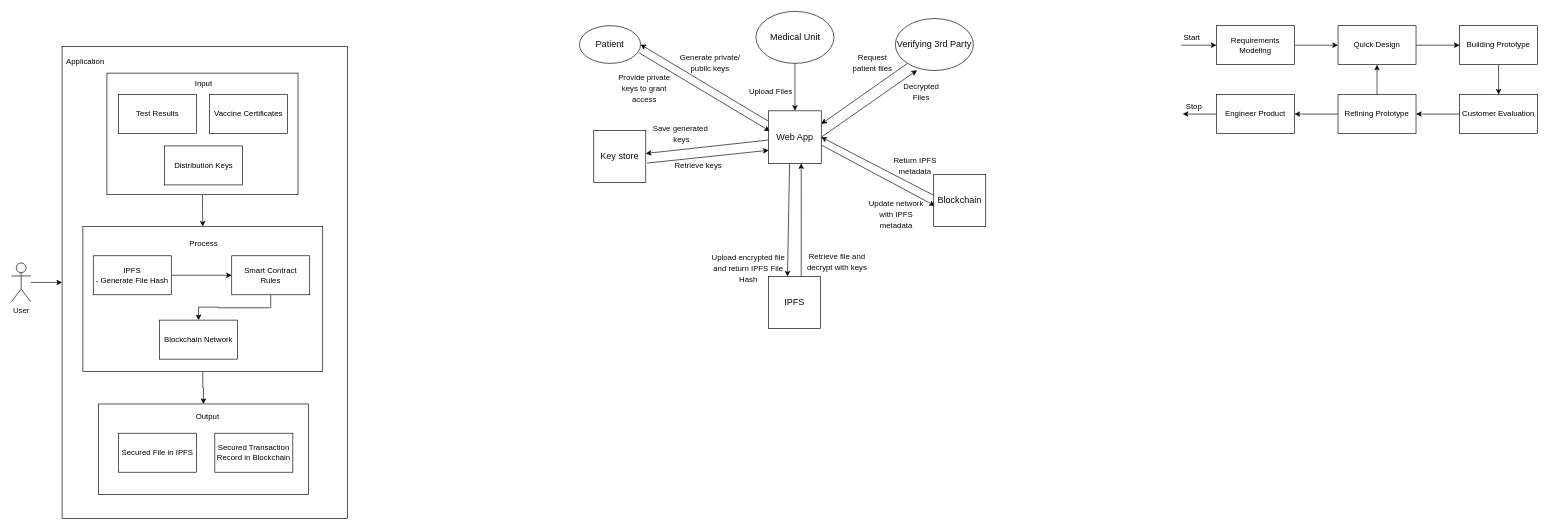
Above: jeng/diagrams/conceptual framework.drawio in jengfad/capstone (draw.io), before the change. Source tidied: cells renumbered, new cells numbered last; positions are measured from the earlier drawing's top-left corner, leaving out a move shared by most shapes. Both pictures are drawn from the tidied source at 65%, with x=0, y=0 at pixel (11, 11).
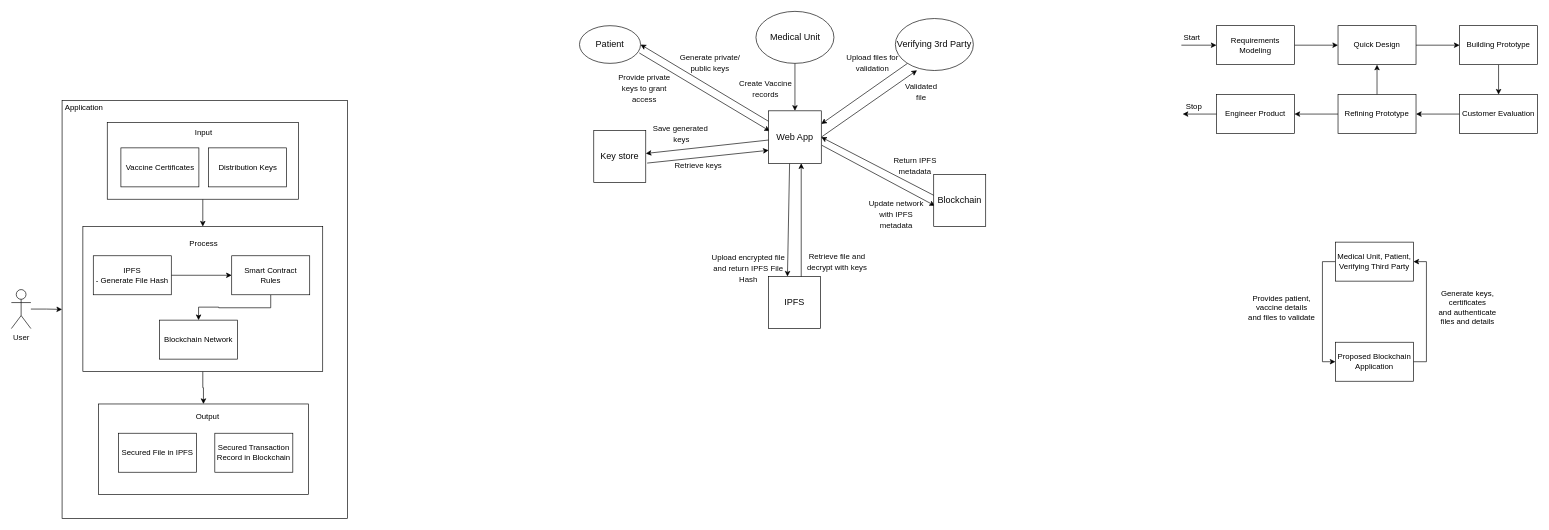
Above is the later version.

The edit, as a diff of the source:
```diff
@@
     <mxCell id="2" style="rounded=0;whiteSpace=wrap;html=1;" parent="1" vertex="1">
-      <mxGeometry x="78" y="54" width="439" height="726" as="geometry" />
+      <mxGeometry x="78" y="137" width="439" height="643" as="geometry" />
     </mxCell>
@@
     <mxCell id="5" style="rounded=0;whiteSpace=wrap;html=1;" parent="1" vertex="1">
-      <mxGeometry x="147" y="95" width="294" height="187" as="geometry" />
+      <mxGeometry x="147.5" y="171" width="294" height="118" as="geometry" />
     </mxCell>
     <mxCell id="6" value="Input" style="text;html=1;strokeColor=none;fillColor=none;align=center;verticalAlign=middle;whiteSpace=wrap;rounded=0;" parent="1" vertex="1">
-      <mxGeometry x="275.5" y="101" width="40" height="20" as="geometry" />
+      <mxGeometry x="276" y="177" width="40" height="20" as="geometry" />
     </mxCell>
-    <mxCell id="7" value="Test Results" style="rounded=0;whiteSpace=wrap;html=1;" parent="1" vertex="1">
-      <mxGeometry x="165" y="128" width="120" height="60" as="geometry" />
-    </mxCell>
     <mxCell id="8" value="Vaccine Certificates" style="rounded=0;whiteSpace=wrap;html=1;" parent="1" vertex="1">
-      <mxGeometry x="305" y="128" width="120" height="60" as="geometry" />
+      <mxGeometry x="168.5" y="210" width="120" height="60" as="geometry" />
     </mxCell>
@@
     <mxCell id="16" value="Distribution Keys" style="rounded=0;whiteSpace=wrap;html=1;" parent="1" vertex="1">
-      <mxGeometry x="235.5" y="207" width="120" height="60" as="geometry" />
+      <mxGeometry x="303.5" y="210" width="120" height="60" as="geometry" />
     </mxCell>
@@
     <mxCell id="21" value="Application" style="text;html=1;strokeColor=none;fillColor=none;align=center;verticalAlign=middle;whiteSpace=wrap;rounded=0;" parent="1" vertex="1">
-      <mxGeometry x="94" y="68" width="40" height="20" as="geometry" />
+      <mxGeometry x="92" y="138" width="40" height="20" as="geometry" />
     </mxCell>
@@
     <mxCell id="23" value="&lt;font color=&quot;#0a0a0a&quot;&gt;User&lt;/font&gt;" style="shape=umlActor;verticalLabelPosition=bottom;verticalAlign=top;html=1;fontColor=#FFFFFF;" parent="1" vertex="1">
-      <mxGeometry y="387" width="30" height="60" as="geometry" />
+      <mxGeometry y="428" width="30" height="60" as="geometry" />
     </mxCell>
@@
-    <mxCell id="42" value="&lt;font style=&quot;font-size: 12px&quot;&gt;Upload Files&lt;/font&gt;" style="text;html=1;strokeColor=none;fillColor=none;align=center;verticalAlign=middle;whiteSpace=wrap;rounded=0;fontSize=14;fontColor=#0A0A0A;" parent="1" vertex="1">
-      <mxGeometry x="1120" y="99.5" width="97" height="47" as="geometry" />
+    <mxCell id="42" value="&lt;font style=&quot;font-size: 12px&quot;&gt;Create Vaccine records&lt;/font&gt;" style="text;html=1;strokeColor=none;fillColor=none;align=center;verticalAlign=middle;whiteSpace=wrap;rounded=0;fontSize=14;fontColor=#0A0A0A;" parent="1" vertex="1">
+      <mxGeometry x="1112" y="94" width="97" height="47" as="geometry" />
     </mxCell>
@@
-    <mxCell id="47" value="&lt;font style=&quot;font-size: 12px&quot;&gt;Request &lt;br&gt;patient files&lt;/font&gt;" style="text;html=1;strokeColor=none;fillColor=none;align=center;verticalAlign=middle;whiteSpace=wrap;rounded=0;fontSize=14;fontColor=#0A0A0A;" parent="1" vertex="1">
+    <mxCell id="47" value="&lt;span style=&quot;font-size: 12px&quot;&gt;Upload files for validation&lt;/span&gt;" style="text;html=1;strokeColor=none;fillColor=none;align=center;verticalAlign=middle;whiteSpace=wrap;rounded=0;fontSize=14;fontColor=#0A0A0A;" parent="1" vertex="1">
       <mxGeometry x="1275" y="58.5" width="100" height="39" as="geometry" />
     </mxCell>
@@
-    <mxCell id="54" value="&lt;span style=&quot;font-size: 12px&quot;&gt;Decrypted Files&lt;/span&gt;" style="text;html=1;strokeColor=none;fillColor=none;align=center;verticalAlign=middle;whiteSpace=wrap;rounded=0;fontSize=14;fontColor=#0A0A0A;" parent="1" vertex="1">
+    <mxCell id="54" value="&lt;span style=&quot;font-size: 12px&quot;&gt;Validated file&lt;/span&gt;" style="text;html=1;strokeColor=none;fillColor=none;align=center;verticalAlign=middle;whiteSpace=wrap;rounded=0;fontSize=14;fontColor=#0A0A0A;" parent="1" vertex="1">
       <mxGeometry x="1373" y="100" width="54" height="46" as="geometry" />
     </mxCell>
@@
+    <mxCell id="71" style="edgeStyle=orthogonalEdgeStyle;rounded=0;jettySize=auto;html=1;entryX=0;entryY=0.5;entryDx=0;entryDy=0;exitX=0;exitY=0.5;exitDx=0;exitDy=0;" parent="1" edge="1" source="72" target="74">
+      <mxGeometry relative="1" as="geometry" />
+    </mxCell>
+    <mxCell id="72" value="Medical Unit, Patient, Verifying Third Party" style="rounded=0;whiteSpace=wrap;html=1;" parent="1" vertex="1">
+      <mxGeometry x="2037" y="355" width="120" height="60" as="geometry" />
+    </mxCell>
+    <mxCell id="73" style="edgeStyle=orthogonalEdgeStyle;rounded=0;jettySize=auto;html=1;entryX=1;entryY=0.5;entryDx=0;entryDy=0;exitX=1;exitY=0.5;exitDx=0;exitDy=0;" parent="1" edge="1" source="74" target="72">
+      <mxGeometry relative="1" as="geometry" />
+    </mxCell>
+    <mxCell id="74" value="Proposed Blockchain Application" style="rounded=0;whiteSpace=wrap;html=1;" parent="1" vertex="1">
+      <mxGeometry x="2037" y="509" width="120" height="60" as="geometry" />
+    </mxCell>
+    <mxCell id="75" value="Provides patient, &lt;br&gt;vaccine details &lt;br&gt;and files to validate" style="text;html=1;align=center;verticalAlign=middle;strokeColor=none;fillColor=none;" parent="1" vertex="1">
+      <mxGeometry x="1898" y="433" width="112" height="46" as="geometry" />
+    </mxCell>
+    <mxCell id="76" value="Generate keys, &lt;br&gt;certificates &lt;br&gt;and authenticate &lt;br&gt;files and details" style="text;html=1;align=center;verticalAlign=middle;strokeColor=none;fillColor=none;" parent="1" vertex="1">
+      <mxGeometry x="2190" y="426" width="99" height="60" as="geometry" />
+    </mxCell>
```
